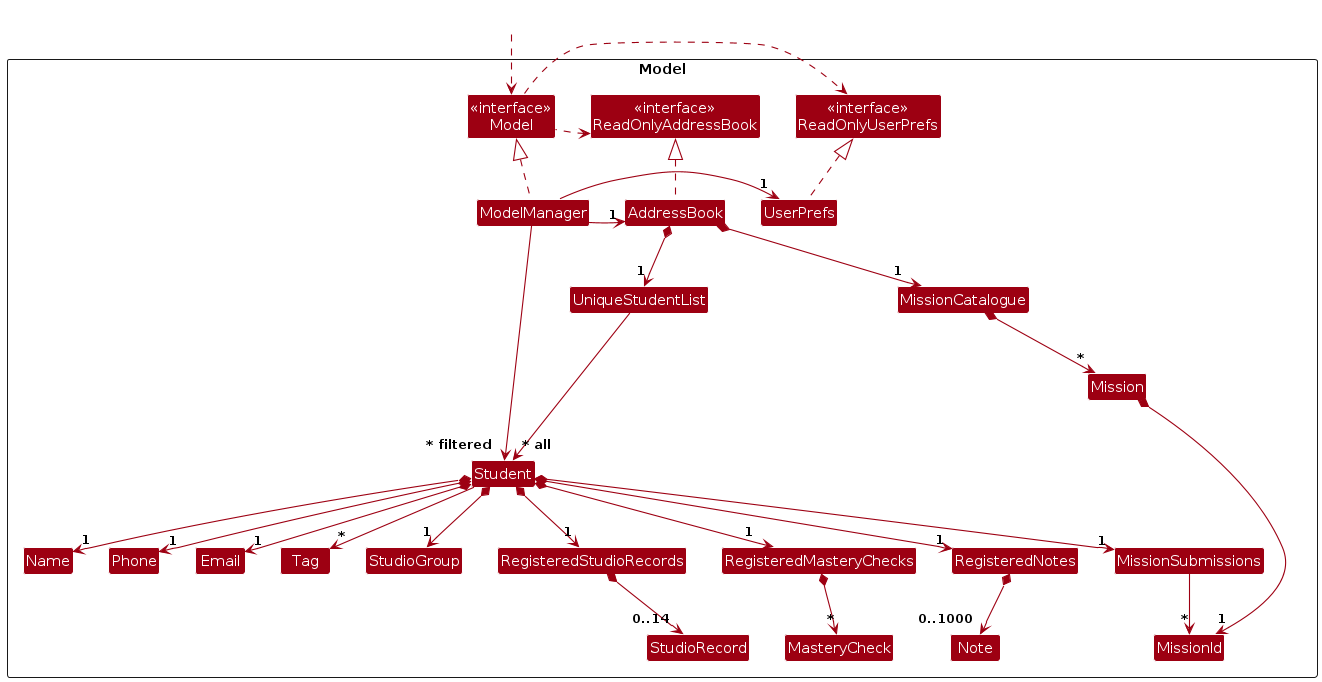
This is diagrams/ModelClassDiagram.png from AY2627S1-CS2103T-F14a-1/tp, a PlantUML export, as it was before one commit. Its source is kept beside it as diagrams/ModelClassDiagram.puml.
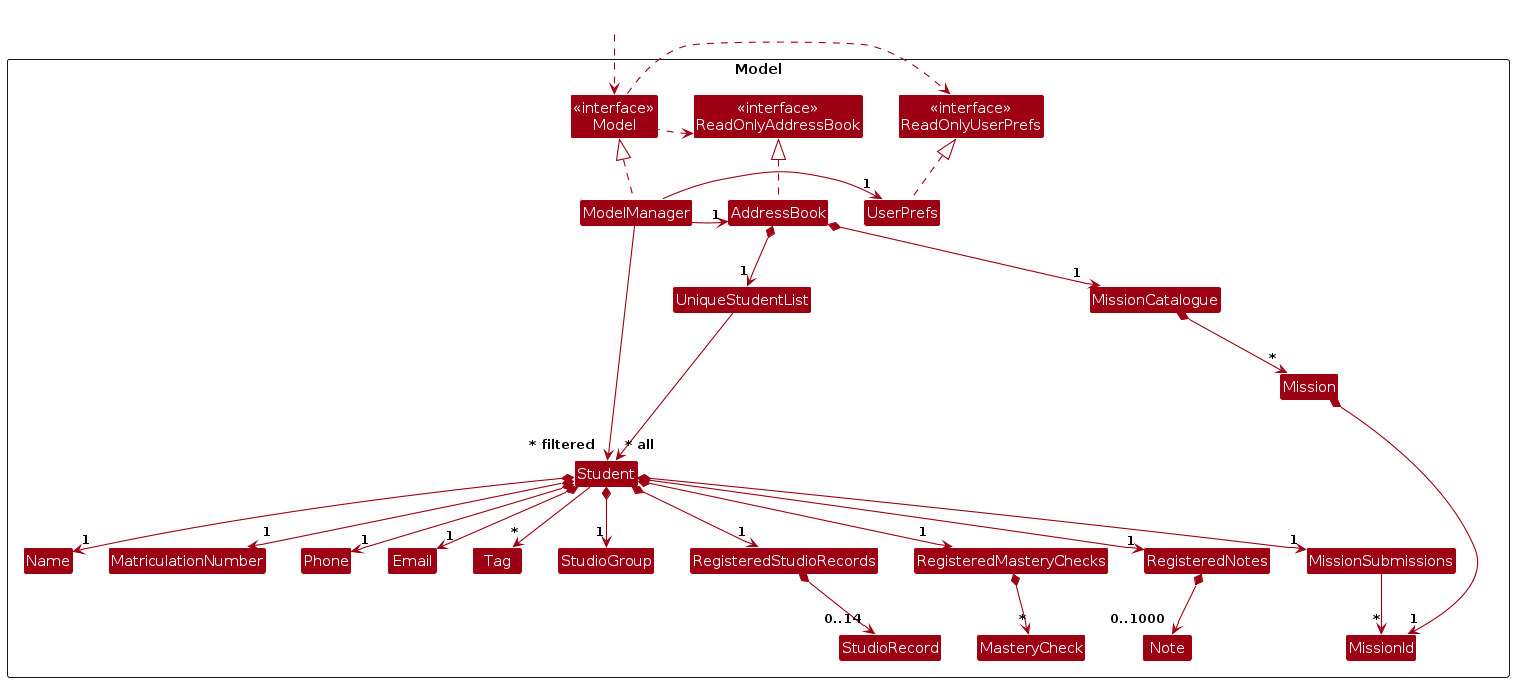
The same file after the commit.

The edit, as a diff of the source:
```diff
@@ -15,6 +15,7 @@
 Class UniqueStudentList
 Class Student
 Class Name
+Class MatriculationNumber
 Class Phone
 Class Email
 Class Tag
@@ -53,6 +54,7 @@
 Mission *-down-> "1" MissionId
 
 Student *--> "1" Name
+Student *--> "1" MatriculationNumber
 Student *--> "1" Phone
 Student *--> "1" Email
 Student --> "*" Tag
@@ -74,6 +76,8 @@
 
 MissionSubmissions -[hidden]right-> Name
 Name -[hidden]right-> Phone
+Name -[hidden]right-> MatriculationNumber
+MatriculationNumber -[hidden]right-> Phone
 Phone -[hidden]right-> Email
 Email -[hidden]right-> Tag
 Tag -[hidden]right-> StudioGroup
```
